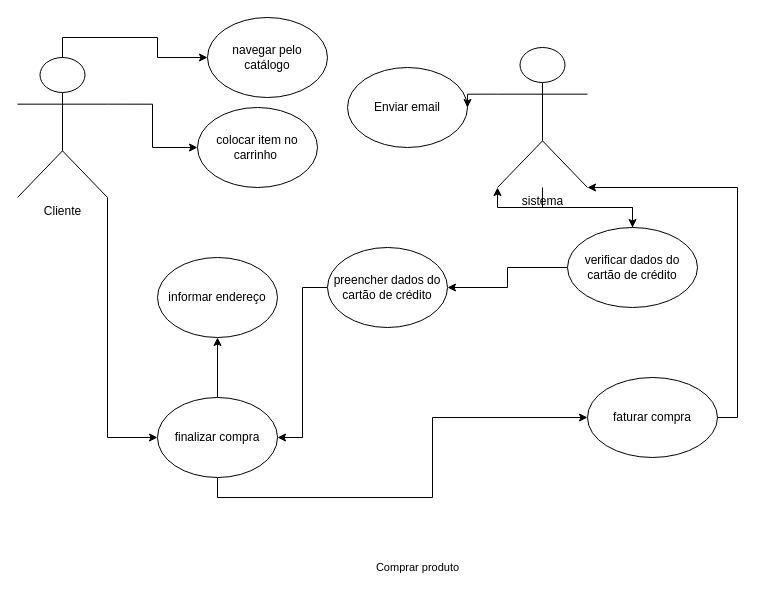
Earlier version of the draw.io diagram page "Página-2" (2 of 3) of Diagrama sem nome.drawio (Bernardo-Alves125/Diagramas-de-requisitos). Source tidied: cells renumbered, new cells numbered last; positions are measured from the earlier drawing's top-left corner, leaving out a move shared by most shapes. Both pictures are drawn from the tidied source at 100%, with x=0, y=0 at pixel (17, 17).
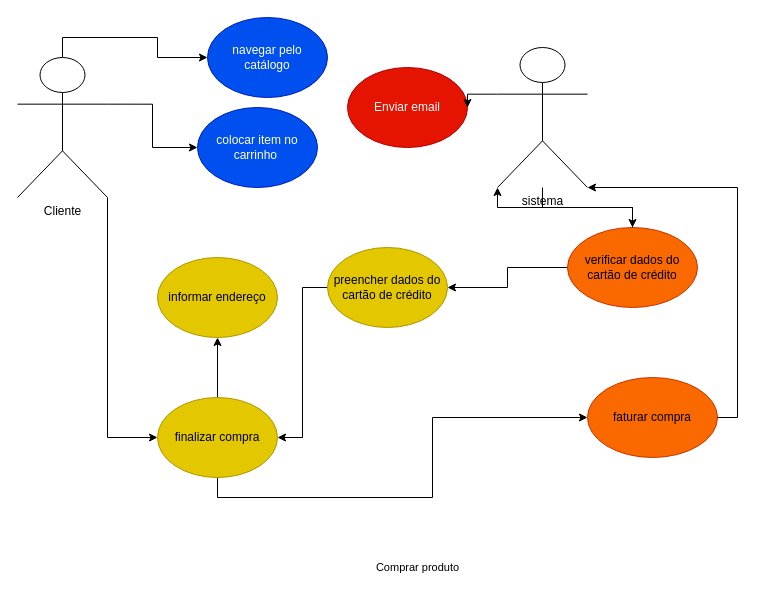
Above is the later version.

Commit message:
Actualizar Diagrama aula.drawio

What changed in the source:
```diff
@@
-    <mxCell id="6" value="navegar pelo catálogo" style="ellipse;whiteSpace=wrap;html=1;" parent="1" vertex="1">
+    <mxCell id="6" value="navegar pelo catálogo" style="ellipse;whiteSpace=wrap;html=1;fillColor=#0050ef;fontColor=#ffffff;strokeColor=#001DBC;" parent="1" vertex="1">
       <mxGeometry x="190" width="120" height="80" as="geometry" />
     </mxCell>
-    <mxCell id="7" value="colocar item no carrinho&amp;nbsp;" style="ellipse;whiteSpace=wrap;html=1;" parent="1" vertex="1">
+    <mxCell id="7" value="colocar item no carrinho&amp;nbsp;" style="ellipse;whiteSpace=wrap;html=1;fillColor=#0050ef;fontColor=#ffffff;strokeColor=#001DBC;" parent="1" vertex="1">
       <mxGeometry x="180" y="90" width="120" height="80" as="geometry" />
     </mxCell>
@@
-    <mxCell id="10" value="finalizar compra" style="ellipse;whiteSpace=wrap;html=1;" parent="1" vertex="1">
+    <mxCell id="10" value="finalizar compra" style="ellipse;whiteSpace=wrap;html=1;fillColor=#e3c800;fontColor=#000000;strokeColor=#B09500;" parent="1" vertex="1">
       <mxGeometry x="140" y="380" width="120" height="80" as="geometry" />
     </mxCell>
-    <mxCell id="11" value="informar endereço" style="ellipse;whiteSpace=wrap;html=1;" parent="1" vertex="1">
+    <mxCell id="11" value="informar endereço" style="ellipse;whiteSpace=wrap;html=1;fillColor=#e3c800;fontColor=#000000;strokeColor=#B09500;" parent="1" vertex="1">
       <mxGeometry x="140" y="240" width="120" height="80" as="geometry" />
     </mxCell>
@@
-    <mxCell id="13" value="preencher dados do cartão de crédito" style="ellipse;whiteSpace=wrap;html=1;" parent="1" vertex="1">
+    <mxCell id="13" value="preencher dados do cartão de crédito" style="ellipse;whiteSpace=wrap;html=1;fillColor=#e3c800;fontColor=#000000;strokeColor=#B09500;" parent="1" vertex="1">
       <mxGeometry x="310" y="230" width="120" height="80" as="geometry" />
     </mxCell>
-    <mxCell id="14" value="Enviar email" style="ellipse;whiteSpace=wrap;html=1;" parent="1" vertex="1">
+    <mxCell id="14" value="Enviar email" style="ellipse;whiteSpace=wrap;html=1;fillColor=#e51400;fontColor=#ffffff;strokeColor=#B20000;" parent="1" vertex="1">
       <mxGeometry x="330" y="50" width="120" height="80" as="geometry" />
     </mxCell>
@@
-    <mxCell id="16" value="verificar dados do cartão de crédito" style="ellipse;whiteSpace=wrap;html=1;" parent="1" vertex="1">
+    <mxCell id="16" value="verificar dados do cartão de crédito" style="ellipse;whiteSpace=wrap;html=1;fillColor=#fa6800;fontColor=#000000;strokeColor=#C73500;" parent="1" vertex="1">
       <mxGeometry x="550" y="210" width="130" height="80" as="geometry" />
     </mxCell>
-    <mxCell id="17" value="faturar compra" style="ellipse;whiteSpace=wrap;html=1;" parent="1" vertex="1">
+    <mxCell id="17" value="faturar compra" style="ellipse;whiteSpace=wrap;html=1;fillColor=#fa6800;fontColor=#000000;strokeColor=#C73500;" parent="1" vertex="1">
       <mxGeometry x="570" y="360" width="130" height="80" as="geometry" />
     </mxCell>
```
